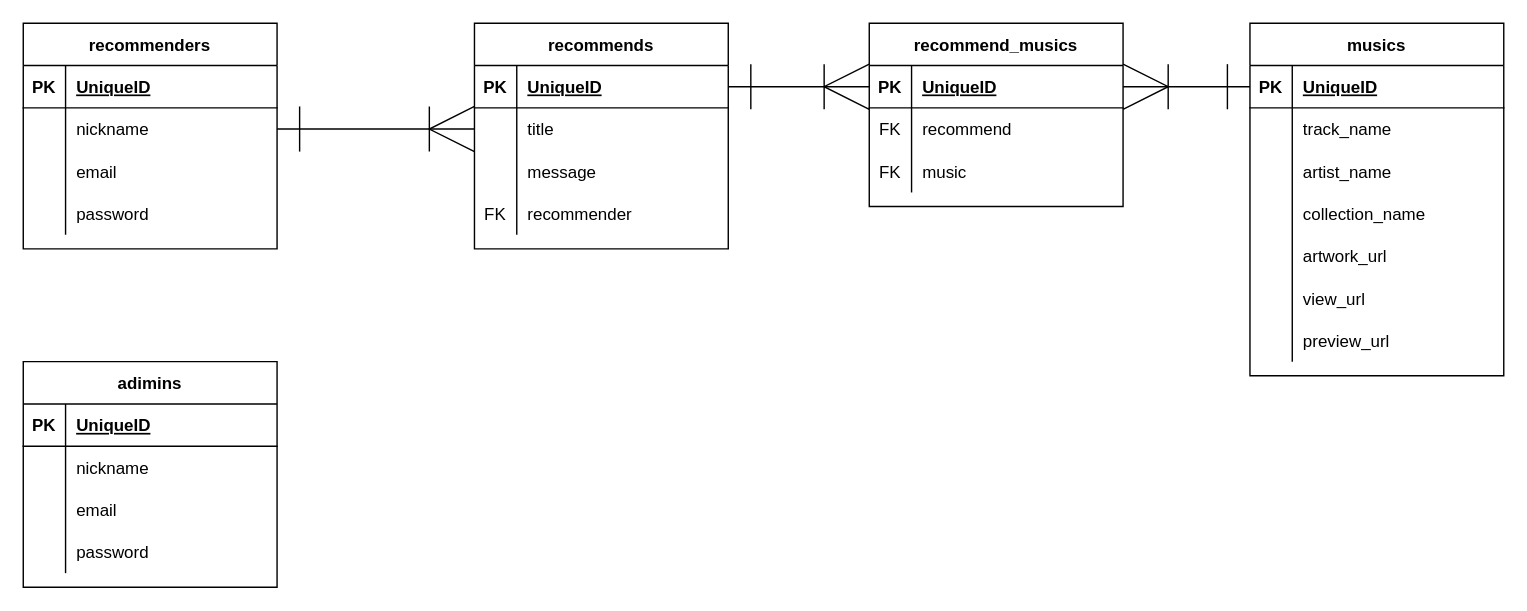
The draw.io diagram soundes.dio in tsukimidori/soundes, before the edit. Source tidied: cells renumbered, new cells numbered last; positions are measured from the earlier drawing's top-left corner, leaving out a move shared by most shapes. Both pictures are drawn from the tidied source at 141%, with x=0, y=0 at pixel (23, 23).
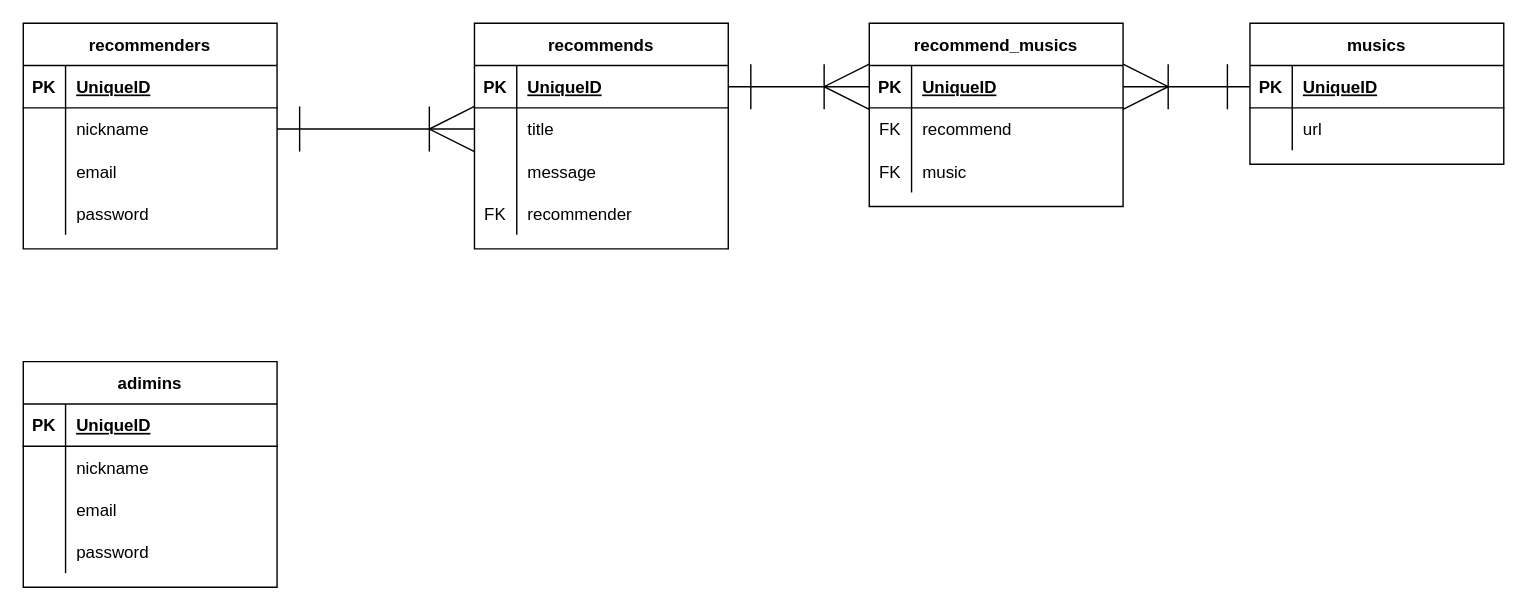
The same page after the edit.

Unchanged cells that the change refers to:
```xml
<mxCell id="43" style="shape=partialRectangle;fillColor=none;top=0;left=0;bottom=0;right=0;" parent="39" vertex="1">
  <mxGeometry y="60" width="180" height="30" as="geometry" />
</mxCell>
```

The edit, as a diff of the source:
```diff
@@
     <mxCell id="39" value="musics" style="shape=table;startSize=30;childLayout=tableLayout;rowLines=0;fontStyle=1;align=center;shadow=0;glass=0;" parent="1" vertex="1">
-      <mxGeometry x="870" width="180" height="250" as="geometry" />
+      <mxGeometry x="870" width="180" height="100" as="geometry" />
     </mxCell>
@@
-    <mxCell id="45" value="track_name" style="shape=partialRectangle;fillColor=none;top=0;left=0;bottom=0;right=0;align=left;spacingLeft=6;overflow=hidden;" parent="43" vertex="1">
+    <mxCell id="45" value="url" style="shape=partialRectangle;fillColor=none;top=0;left=0;bottom=0;right=0;align=left;spacingLeft=6;overflow=hidden;" parent="43" vertex="1">
       <mxGeometry x="30" width="150" height="30" as="geometry" />
     </mxCell>
-    <mxCell id="46" style="shape=partialRectangle;fillColor=none;top=0;left=0;bottom=0;right=0;" parent="39" vertex="1">
-      <mxGeometry y="90" width="180" height="30" as="geometry" />
-    </mxCell>
-    <mxCell id="47" style="shape=partialRectangle;fillColor=none;top=0;left=0;bottom=0;right=0;overflow=hidden;" parent="46" vertex="1">
-      <mxGeometry width="30" height="30" as="geometry" />
-    </mxCell>
-    <mxCell id="48" value="artist_name" style="shape=partialRectangle;fillColor=none;top=0;left=0;bottom=0;right=0;align=left;spacingLeft=6;overflow=hidden;" parent="46" vertex="1">
-      <mxGeometry x="30" width="150" height="30" as="geometry" />
-    </mxCell>
-    <mxCell id="49" style="shape=partialRectangle;fillColor=none;top=0;left=0;bottom=0;right=0;" parent="39" vertex="1">
-      <mxGeometry y="120" width="180" height="30" as="geometry" />
-    </mxCell>
-    <mxCell id="50" style="shape=partialRectangle;fillColor=none;top=0;left=0;bottom=0;right=0;overflow=hidden;" parent="49" vertex="1">
-      <mxGeometry width="30" height="30" as="geometry" />
-    </mxCell>
-    <mxCell id="51" value="collection_name" style="shape=partialRectangle;fillColor=none;top=0;left=0;bottom=0;right=0;align=left;spacingLeft=6;overflow=hidden;" parent="49" vertex="1">
-      <mxGeometry x="30" width="150" height="30" as="geometry" />
-    </mxCell>
-    <mxCell id="52" style="shape=partialRectangle;fillColor=none;top=0;left=0;bottom=0;right=0;" parent="39" vertex="1">
-      <mxGeometry y="150" width="180" height="30" as="geometry" />
-    </mxCell>
-    <mxCell id="53" style="shape=partialRectangle;fillColor=none;top=0;left=0;bottom=0;right=0;overflow=hidden;" parent="52" vertex="1">
-      <mxGeometry width="30" height="30" as="geometry" />
-    </mxCell>
-    <mxCell id="54" value="artwork_url" style="shape=partialRectangle;fillColor=none;top=0;left=0;bottom=0;right=0;align=left;spacingLeft=6;overflow=hidden;" parent="52" vertex="1">
-      <mxGeometry x="30" width="150" height="30" as="geometry" />
-    </mxCell>
-    <mxCell id="55" style="shape=partialRectangle;fillColor=none;top=0;left=0;bottom=0;right=0;" parent="39" vertex="1">
-      <mxGeometry y="180" width="180" height="30" as="geometry" />
-    </mxCell>
-    <mxCell id="56" style="shape=partialRectangle;fillColor=none;top=0;left=0;bottom=0;right=0;overflow=hidden;" parent="55" vertex="1">
-      <mxGeometry width="30" height="30" as="geometry" />
-    </mxCell>
-    <mxCell id="57" value="view_url" style="shape=partialRectangle;fillColor=none;top=0;left=0;bottom=0;right=0;align=left;spacingLeft=6;overflow=hidden;" parent="55" vertex="1">
-      <mxGeometry x="30" width="150" height="30" as="geometry" />
-    </mxCell>
-    <mxCell id="58" style="shape=partialRectangle;fillColor=none;top=0;left=0;bottom=0;right=0;" parent="39" vertex="1">
-      <mxGeometry y="210" width="180" height="30" as="geometry" />
-    </mxCell>
-    <mxCell id="59" style="shape=partialRectangle;fillColor=none;top=0;left=0;bottom=0;right=0;overflow=hidden;" parent="58" vertex="1">
-      <mxGeometry width="30" height="30" as="geometry" />
-    </mxCell>
-    <mxCell id="60" value="preview_url" style="shape=partialRectangle;fillColor=none;top=0;left=0;bottom=0;right=0;align=left;spacingLeft=6;overflow=hidden;" parent="58" vertex="1">
-      <mxGeometry x="30" width="150" height="30" as="geometry" />
-    </mxCell>
```
